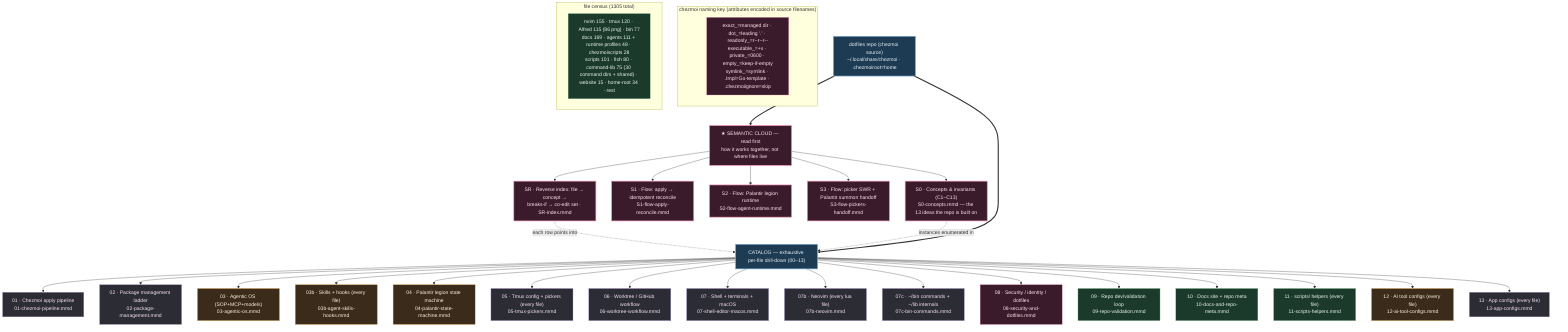
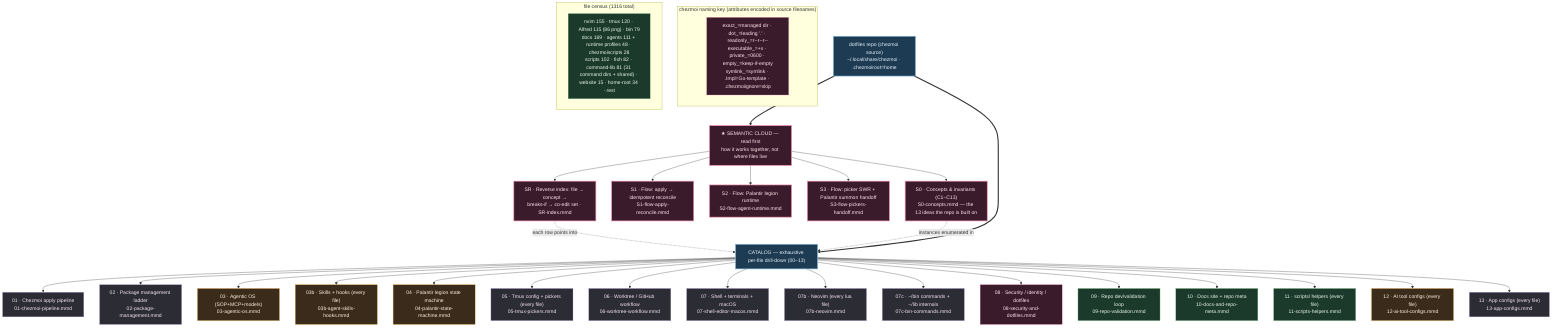
%% ============================================================================
%% 00-overview.mmd — Master navigation map for kapral18/dotfiles
%% TWO LAYERS:
%%   SEMANTIC CLOUD (read first) — how the system THINKS: concepts+invariants
%%     (S0), cross-cutting flows (S1/S2/S3), and a reverse index (SR) that maps
%%     any file to its concept, blast radius, and co-edit set.
%%   CATALOG (drill-down) — how the system is LAID OUT: 00-13 enumerate every
- %%     one of the 1305 files in the effective git file set by exact chezmoi source path.
+ %%     one of the 1316 files in the effective git file set by exact chezmoi source path.
%% `home/` is chezmoi source deployed to $HOME; scripts/tools/website/docs are
%% repo-side (NOT deployed). Each node → a deeper .mmd.
%% ============================================================================
graph TD
    classDef entry fill:#1d3b53,stroke:#7fb3d5,color:#eaf2f8,stroke-width:2px;
    classDef sys fill:#2c2c34,stroke:#b39ddb,color:#f3e5f5;
    classDef ai fill:#3a2b1b,stroke:#ffb74d,color:#fff3e0;
    classDef repo fill:#1b3a2b,stroke:#81c784,color:#e8f5e9;
    classDef data fill:#3a1b2b,stroke:#f48fb1,color:#fce4ec;
    classDef sem fill:#3a1b2b,stroke:#f48fb1,color:#fce4ec,stroke-width:2px;

    ROOT["dotfiles repo (chezmoi source)<br/>~/.local/share/chezmoi · .chezmoiroot=home"]:::entry

    %% ---- SEMANTIC LAYER (read before the catalog) --------------------------
    ROOT ==> SEMHEAD["★ SEMANTIC CLOUD — read first<br/>how it works together, not where files live"]:::sem
    SEMHEAD --> S0["S0 · Concepts & invariants (C1–C13)<br/>S0-concepts.mmd — the 13 ideas the repo is built on"]:::sem
    SEMHEAD --> S1["S1 · Flow: apply → idempotent reconcile<br/>S1-flow-apply-reconcile.mmd"]:::sem
    SEMHEAD --> S2["S2 · Flow: Palantir legion runtime<br/>S2-flow-agent-runtime.mmd"]:::sem
    SEMHEAD --> S3["S3 · Flow: picker SWR + Palantir summon handoff<br/>S3-flow-pickers-handoff.mmd"]:::sem
    SEMHEAD --> SR["SR · Reverse index: file → concept →<br/>breaks-if → co-edit set · SR-index.mmd"]:::sem
    SR -. "each row points into" .-> CATHEAD
    S0 -. "instances enumerated in" .-> CATHEAD

    %% ---- CATALOG LAYER (exhaustive per-file drill-down) --------------------
    ROOT ==> CATHEAD["CATALOG — exhaustive per-file drill-down (00–13)"]:::entry

    CATHEAD --> CZ["01 · Chezmoi apply pipeline<br/>01-chezmoi-pipeline.mmd"]:::sys
    CATHEAD --> PKG["02 · Package management ladder<br/>02-package-management.mmd"]:::sys
    CATHEAD --> AIOS["03 · Agentic OS (SOP+MCP+models)<br/>03-agentic-os.mmd"]:::ai
    CATHEAD --> SKILLS["03b · Skills + hooks (every file)<br/>03b-agent-skills-hooks.mmd"]:::ai
    CATHEAD --> PAL["04 · Palantir legion state machine<br/>04-palantir-state-machine.mmd"]:::ai
    CATHEAD --> TMUX["05 · Tmux config + pickers (every file)<br/>05-tmux-pickers.mmd"]:::sys
    CATHEAD --> WT["06 · Worktree / GitHub workflow<br/>06-worktree-workflow.mmd"]:::sys
    CATHEAD --> SEM["07 · Shell + terminals + macOS<br/>07-shell-editor-macos.mmd"]:::sys
    CATHEAD --> NVIM["07b · Neovim (every lua file)<br/>07b-neovim.mmd"]:::sys
    CATHEAD --> BIN["07c · ~/bin commands + ~/lib internals<br/>07c-bin-commands.mmd"]:::sys
    CATHEAD --> SEC["08 · Security / identity / dotfiles<br/>08-security-and-dotfiles.mmd"]:::data
    CATHEAD --> VAL["09 · Repo dev/validation loop<br/>09-repo-validation.mmd"]:::repo
    CATHEAD --> DOCS["10 · Docs site + repo meta<br/>10-docs-and-repo-meta.mmd"]:::repo
    CATHEAD --> SCRIPTS["11 · scripts/ helpers (every file)<br/>11-scripts-helpers.mmd"]:::repo
    CATHEAD --> AICFG["12 · AI tool configs (every file)<br/>12-ai-tool-configs.mmd"]:::ai
    CATHEAD --> APPS["13 · App configs (every file)<br/>13-app-configs.mmd"]:::sys

    subgraph KEY["chezmoi naming key (attributes encoded in source filenames)"]
        K1["exact_=managed dir · dot_=leading '.' · readonly_=r--r--r--<br/>executable_=+x · private_=0600 · empty_=keep-if-empty<br/>symlink_=symlink · .tmpl=Go-template · .chezmoiignore=skip"]:::data
    end

-     subgraph COUNTS["file census (1305 total)"]
-         C1["nvim 155 · tmux 120 · Alfred 115 (86 png) · bin 77<br/>docs 169 · agents 111 + runtime profiles 48 · chezmoiscripts 28<br/>scripts 101 · fish 80 · command-lib 75 (30 command dirs + shared) · website 15 · home-root 34 · rest"]:::repo
+     subgraph COUNTS["file census (1316 total)"]
+         C1["nvim 155 · tmux 120 · Alfred 115 (86 png) · bin 79<br/>docs 169 · agents 111 + runtime profiles 48 · chezmoiscripts 28<br/>scripts 102 · fish 82 · command-lib 81 (31 command dirs + shared) · website 15 · home-root 34 · rest"]:::repo
    end
